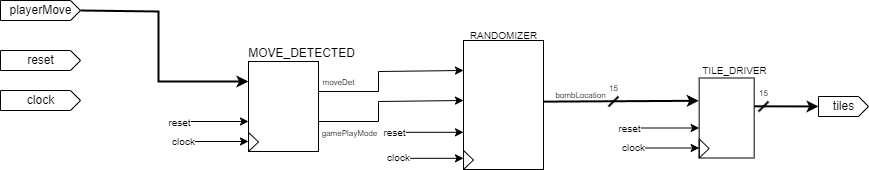
This is Lab4_Mine_Sweep/Sources/Diagrams/Lab4BlockDiagram.png from rbrinson2/CPE-3020-VHDL_Design, a draw.io export, as it was before one commit. Source tidied: cells renumbered, new cells last; positions are measured from the earlier drawing's top-left corner, leaving out a move shared by most shapes. The source it was exported from:
```xml
<mxGraphModel>
  <root>
    <mxCell id="0" />
    <mxCell id="1" parent="0" />
    <mxCell id="2" style="edgeStyle=none;html=1;exitX=0;exitY=0;exitDx=80;exitDy=10;exitPerimeter=0;entryX=0;entryY=0;entryDx=0;entryDy=20;entryPerimeter=0;strokeWidth=2;rounded=0;" parent="1" edge="1" source="3" target="22">
      <mxGeometry relative="1" as="geometry">
        <Array as="points">
          <mxPoint x="158" y="11" />
          <mxPoint x="158" y="81" />
        </Array>
      </mxGeometry>
    </mxCell>
    <mxCell id="3" value="playerMove" style="externalPins=0;shadow=0;dashed=0;align=center;html=1;strokeWidth=1;shape=mxgraph.rtl.abstract.entity;kind=input;drawPins=0;left=0;right=1;bottom=0;top=0;" parent="1" vertex="1">
      <mxGeometry width="80" height="20" as="geometry" />
    </mxCell>
    <mxCell id="4" value="tiles" style="externalPins=0;shadow=0;dashed=0;align=center;html=1;strokeWidth=1;shape=mxgraph.rtl.abstract.entity;kind=input;drawPins=0;left=0;right=1;bottom=0;top=0;" parent="1" vertex="1">
      <mxGeometry x="818" y="96" width="50" height="20" as="geometry" />
    </mxCell>
    <mxCell id="5" style="edgeStyle=none;rounded=0;html=1;entryX=-0.008;entryY=0.285;entryDx=0;entryDy=0;entryPerimeter=0;strokeWidth=2;fontSize=8;exitX=0.998;exitY=0.474;exitDx=0;exitDy=0;exitPerimeter=0;" parent="1" edge="1" source="7" target="10">
      <mxGeometry relative="1" as="geometry">
        <Array as="points">
          <mxPoint x="568" y="101" />
        </Array>
      </mxGeometry>
    </mxCell>
    <mxCell id="6" value="bombLocation" style="edgeLabel;html=1;align=center;verticalAlign=middle;fontSize=8;" parent="5" vertex="1">
      <mxGeometry x="-0.52" y="-1" relative="1" as="geometry">
        <mxPoint y="-7" as="offset" />
      </mxGeometry>
    </mxCell>
    <mxCell id="7" style="externalPins=0;shadow=0;dashed=0;align=center;html=1;strokeWidth=1;shape=mxgraph.rtl.abstract.entity;kind=sequential;drawPins=0;left=3;right=2;bottom=0;top=0;" parent="1" vertex="1">
      <mxGeometry x="463" y="40" width="80" height="129" as="geometry" />
    </mxCell>
    <mxCell id="8" style="triangle;whiteSpace=wrap;html=1;strokeWidth=1;fontSize=10;fillColor=none;" parent="7" vertex="1">
      <mxGeometry y="110" width="10" height="19" as="geometry" />
    </mxCell>
    <mxCell id="9" style="edgeStyle=none;rounded=0;html=1;exitX=0.996;exitY=0.354;exitDx=0;exitDy=0;exitPerimeter=0;strokeWidth=2;fontSize=8;" parent="1" edge="1" source="10" target="4">
      <mxGeometry relative="1" as="geometry" />
    </mxCell>
    <mxCell id="10" style="externalPins=0;shadow=0;dashed=0;align=center;html=1;strokeWidth=1;shape=mxgraph.rtl.abstract.entity;kind=sequential;drawPins=0;left=3;right=2;bottom=0;top=0;" parent="1" vertex="1">
      <mxGeometry x="698.7" y="77.5" width="55" height="80" as="geometry" />
    </mxCell>
    <mxCell id="11" value="reset" style="externalPins=0;shadow=0;dashed=0;align=center;html=1;strokeWidth=1;shape=mxgraph.rtl.abstract.entity;kind=input;drawPins=0;left=0;right=1;bottom=0;top=0;" parent="1" vertex="1">
      <mxGeometry y="50" width="80" height="20" as="geometry" />
    </mxCell>
    <mxCell id="12" value="clock" style="externalPins=0;shadow=0;dashed=0;align=center;html=1;strokeWidth=1;shape=mxgraph.rtl.abstract.entity;kind=input;drawPins=0;left=0;right=1;bottom=0;top=0;" parent="1" vertex="1">
      <mxGeometry y="90" width="80" height="20" as="geometry" />
    </mxCell>
    <mxCell id="13" style="endArrow=classic;html=1;rounded=0;strokeWidth=1;fontSize=10;" parent="1" edge="1">
      <mxGeometry relative="1" as="geometry">
        <mxPoint x="405" y="131.8" as="sourcePoint" />
        <mxPoint x="463" y="131.8" as="targetPoint" />
      </mxGeometry>
    </mxCell>
    <mxCell id="14" value="reset" style="edgeLabel;html=1;align=center;verticalAlign=middle;fontSize=10;" parent="13" vertex="1">
      <mxGeometry x="0.16" y="1" relative="1" as="geometry">
        <mxPoint x="-46" y="1" as="offset" />
      </mxGeometry>
    </mxCell>
    <mxCell id="15" style="endArrow=classic;html=1;rounded=0;strokeWidth=1;fontSize=10;" parent="1" edge="1">
      <mxGeometry relative="1" as="geometry">
        <mxPoint x="401" y="157.8" as="sourcePoint" />
        <mxPoint x="463" y="157.8" as="targetPoint" />
      </mxGeometry>
    </mxCell>
    <mxCell id="16" value="clock" style="edgeLabel;html=1;align=center;verticalAlign=middle;fontSize=10;" parent="15" vertex="1">
      <mxGeometry x="0.25" y="-1" relative="1" as="geometry">
        <mxPoint x="-43" y="-2" as="offset" />
      </mxGeometry>
    </mxCell>
    <mxCell id="17" value="RANDOMIZER" style="text;html=1;align=center;verticalAlign=middle;strokeColor=none;fillColor=none;fontSize=10;" parent="1" vertex="1">
      <mxGeometry x="458" y="20" width="90" height="30" as="geometry" />
    </mxCell>
    <mxCell id="18" value="TILE_DRIVER" style="text;html=1;align=center;verticalAlign=middle;strokeColor=none;fillColor=none;fontSize=10;" parent="1" vertex="1">
      <mxGeometry x="688.7" y="54.5" width="90" height="30" as="geometry" />
    </mxCell>
    <mxCell id="19" value="&lt;font style=&quot;font-size: 8px;&quot;&gt;moveDet&lt;/font&gt;" style="edgeStyle=none;rounded=0;html=1;exitX=0;exitY=0;exitDx=70;exitDy=30;exitPerimeter=0;entryX=0;entryY=0;entryDx=0;entryDy=30;entryPerimeter=0;strokeWidth=1;" parent="1" edge="1" source="22" target="7">
      <mxGeometry x="-0.76" y="10" relative="1" as="geometry">
        <Array as="points">
          <mxPoint x="378" y="91" />
          <mxPoint x="378" y="71" />
        </Array>
      </mxGeometry>
    </mxCell>
    <mxCell id="20" style="edgeStyle=none;rounded=0;html=1;entryX=0;entryY=0;entryDx=0;entryDy=60;entryPerimeter=0;strokeWidth=1;fontSize=8;exitX=0;exitY=0;exitDx=70;exitDy=60;exitPerimeter=0;" parent="1" edge="1" source="22" target="7">
      <mxGeometry relative="1" as="geometry">
        <Array as="points">
          <mxPoint x="378" y="121" />
          <mxPoint x="378" y="101" />
        </Array>
      </mxGeometry>
    </mxCell>
    <mxCell id="21" value="gamePlayMode" style="edgeLabel;html=1;align=center;verticalAlign=middle;fontSize=8;" parent="20" vertex="1">
      <mxGeometry x="-0.49" y="-2" relative="1" as="geometry">
        <mxPoint x="-12" y="9" as="offset" />
      </mxGeometry>
    </mxCell>
    <mxCell id="22" style="externalPins=0;shadow=0;dashed=0;align=center;html=1;strokeWidth=1;shape=mxgraph.rtl.abstract.entity;kind=sequential;drawPins=0;left=3;right=2;bottom=0;top=0;" parent="1" vertex="1">
      <mxGeometry x="248" y="61" width="70" height="90" as="geometry" />
    </mxCell>
    <mxCell id="23" style="triangle;whiteSpace=wrap;html=1;strokeWidth=1;fontSize=10;fillColor=none;" parent="22" vertex="1">
      <mxGeometry y="71" width="10" height="19" as="geometry" />
    </mxCell>
    <mxCell id="24" style="endArrow=classic;html=1;rounded=0;strokeWidth=1;fontSize=10;" parent="1" edge="1">
      <mxGeometry relative="1" as="geometry">
        <mxPoint x="190" y="121" as="sourcePoint" />
        <mxPoint x="248" y="121" as="targetPoint" />
      </mxGeometry>
    </mxCell>
    <mxCell id="25" value="reset" style="edgeLabel;html=1;align=center;verticalAlign=middle;fontSize=10;" parent="24" vertex="1">
      <mxGeometry x="0.16" y="1" relative="1" as="geometry">
        <mxPoint x="-46" y="1" as="offset" />
      </mxGeometry>
    </mxCell>
    <mxCell id="26" style="endArrow=classic;html=1;rounded=0;strokeWidth=1;fontSize=10;" parent="1" edge="1">
      <mxGeometry relative="1" as="geometry">
        <mxPoint x="186" y="141" as="sourcePoint" />
        <mxPoint x="248" y="141" as="targetPoint" />
      </mxGeometry>
    </mxCell>
    <mxCell id="27" value="clock" style="edgeLabel;html=1;align=center;verticalAlign=middle;fontSize=10;" parent="26" vertex="1">
      <mxGeometry x="0.25" y="-1" relative="1" as="geometry">
        <mxPoint x="-43" y="-2" as="offset" />
      </mxGeometry>
    </mxCell>
    <mxCell id="28" style="triangle;whiteSpace=wrap;html=1;strokeWidth=1;fontSize=10;fillColor=none;" parent="1" vertex="1">
      <mxGeometry x="698.7" y="138.5" width="10" height="19" as="geometry" />
    </mxCell>
    <mxCell id="29" style="endArrow=classic;html=1;rounded=0;strokeWidth=1;fontSize=10;" parent="1" edge="1">
      <mxGeometry relative="1" as="geometry">
        <mxPoint x="640.7" y="127.5" as="sourcePoint" />
        <mxPoint x="698.7" y="127.5" as="targetPoint" />
      </mxGeometry>
    </mxCell>
    <mxCell id="30" value="reset" style="edgeLabel;html=1;align=center;verticalAlign=middle;fontSize=10;" parent="29" vertex="1">
      <mxGeometry x="0.16" y="1" relative="1" as="geometry">
        <mxPoint x="-46" y="1" as="offset" />
      </mxGeometry>
    </mxCell>
    <mxCell id="31" style="endArrow=classic;html=1;rounded=0;strokeWidth=1;fontSize=10;" parent="1" edge="1">
      <mxGeometry relative="1" as="geometry">
        <mxPoint x="636.7" y="147.5" as="sourcePoint" />
        <mxPoint x="698.7" y="147.5" as="targetPoint" />
      </mxGeometry>
    </mxCell>
    <mxCell id="32" value="clock" style="edgeLabel;html=1;align=center;verticalAlign=middle;fontSize=10;" parent="31" vertex="1">
      <mxGeometry x="0.25" y="-1" relative="1" as="geometry">
        <mxPoint x="-43" y="-2" as="offset" />
      </mxGeometry>
    </mxCell>
    <mxCell id="33" value="MOVE_DETECTED" style="text;html=1;align=center;verticalAlign=middle;strokeColor=none;fillColor=none;" parent="1" vertex="1">
      <mxGeometry x="236" y="38" width="130" height="30" as="geometry" />
    </mxCell>
    <mxCell id="34" value="15" style="verticalLabelPosition=top;shadow=0;dashed=0;align=center;html=1;verticalAlign=bottom;shape=mxgraph.electrical.transmission.bus_width;fontSize=8;strokeWidth=2;labelPosition=center;" parent="1" vertex="1">
      <mxGeometry x="608" y="96" width="10" height="10" as="geometry" />
    </mxCell>
    <mxCell id="35" value="15" style="verticalLabelPosition=top;shadow=0;dashed=0;align=center;html=1;verticalAlign=bottom;shape=mxgraph.electrical.transmission.bus_width;fontSize=8;strokeWidth=2;labelPosition=center;" parent="1" vertex="1">
      <mxGeometry x="758" y="101" width="10" height="10" as="geometry" />
    </mxCell>
  </root>
</mxGraphModel>
```
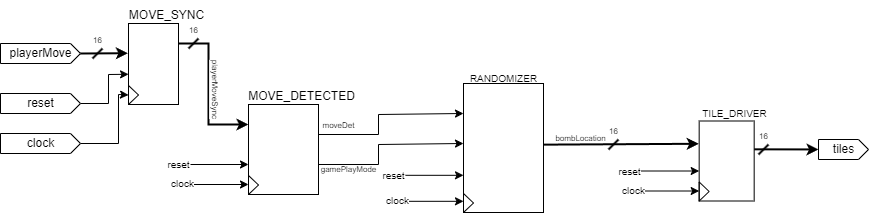
Above is the later version.

Commit message:
Edited Block Diagram

What changed in the source:
```diff
@@ -2,14 +2,9 @@
   <root>
     <mxCell id="0" />
     <mxCell id="1" parent="0" />
-    <mxCell id="2" style="edgeStyle=none;html=1;exitX=0;exitY=0;exitDx=80;exitDy=10;exitPerimeter=0;entryX=0;entryY=0;entryDx=0;entryDy=20;entryPerimeter=0;strokeWidth=2;rounded=0;" parent="1" edge="1" source="3" target="22">
-      <mxGeometry relative="1" as="geometry">
-        <Array as="points">
-          <mxPoint x="158" y="11" />
-          <mxPoint x="158" y="81" />
-        </Array>
-      </mxGeometry>
-    </mxCell>
+    <mxCell id="36" style="edgeStyle=none;html=1;exitX=0;exitY=0;exitDx=80;exitDy=10;exitPerimeter=0;entryX=-0.012;entryY=0.367;entryDx=0;entryDy=0;entryPerimeter=0;strokeWidth=2;" parent="1" edge="1" source="3" target="41">
+      <mxGeometry relative="1" as="geometry" />
+    </mxCell>
     <mxCell id="3" value="playerMove" style="externalPins=0;shadow=0;dashed=0;align=center;html=1;strokeWidth=1;shape=mxgraph.rtl.abstract.entity;kind=input;drawPins=0;left=0;right=1;bottom=0;top=0;" parent="1" vertex="1">
       <mxGeometry width="80" height="20" as="geometry" />
     </mxCell>
@@ -40,9 +35,25 @@
     <mxCell id="10" style="externalPins=0;shadow=0;dashed=0;align=center;html=1;strokeWidth=1;shape=mxgraph.rtl.abstract.entity;kind=sequential;drawPins=0;left=3;right=2;bottom=0;top=0;" parent="1" vertex="1">
       <mxGeometry x="698.7" y="77.5" width="55" height="80" as="geometry" />
     </mxCell>
+    <mxCell id="37" style="edgeStyle=none;rounded=0;html=1;exitX=0;exitY=0;exitDx=80;exitDy=10;exitPerimeter=0;entryX=0.001;entryY=0.627;entryDx=0;entryDy=0;entryPerimeter=0;strokeWidth=1;" parent="1" edge="1" source="11" target="41">
+      <mxGeometry relative="1" as="geometry">
+        <Array as="points">
+          <mxPoint x="108" y="60" />
+          <mxPoint x="108" y="31" />
+        </Array>
+      </mxGeometry>
+    </mxCell>
     <mxCell id="11" value="reset" style="externalPins=0;shadow=0;dashed=0;align=center;html=1;strokeWidth=1;shape=mxgraph.rtl.abstract.entity;kind=input;drawPins=0;left=0;right=1;bottom=0;top=0;" parent="1" vertex="1">
       <mxGeometry y="50" width="80" height="20" as="geometry" />
     </mxCell>
+    <mxCell id="38" style="edgeStyle=none;rounded=0;html=1;exitX=0;exitY=0;exitDx=80;exitDy=10;exitPerimeter=0;entryX=0;entryY=0.5;entryDx=0;entryDy=0;strokeWidth=1;" parent="1" edge="1" source="12" target="42">
+      <mxGeometry relative="1" as="geometry">
+        <Array as="points">
+          <mxPoint x="118" y="100" />
+          <mxPoint x="118" y="51" />
+        </Array>
+      </mxGeometry>
+    </mxCell>
     <mxCell id="12" value="clock" style="externalPins=0;shadow=0;dashed=0;align=center;html=1;strokeWidth=1;shape=mxgraph.rtl.abstract.entity;kind=input;drawPins=0;left=0;right=1;bottom=0;top=0;" parent="1" vertex="1">
       <mxGeometry y="90" width="80" height="20" as="geometry" />
     </mxCell>
@@ -92,7 +103,7 @@
     </mxCell>
     <mxCell id="21" value="gamePlayMode" style="edgeLabel;html=1;align=center;verticalAlign=middle;fontSize=8;" parent="20" vertex="1">
       <mxGeometry x="-0.49" y="-2" relative="1" as="geometry">
-        <mxPoint x="-12" y="9" as="offset" />
+        <mxPoint x="-12" y="3" as="offset" />
       </mxGeometry>
     </mxCell>
     <mxCell id="22" style="externalPins=0;shadow=0;dashed=0;align=center;html=1;strokeWidth=1;shape=mxgraph.rtl.abstract.entity;kind=sequential;drawPins=0;left=3;right=2;bottom=0;top=0;" parent="1" vertex="1">
@@ -151,11 +162,39 @@
     <mxCell id="33" value="MOVE_DETECTED" style="text;html=1;align=center;verticalAlign=middle;strokeColor=none;fillColor=none;" parent="1" vertex="1">
       <mxGeometry x="236" y="38" width="130" height="30" as="geometry" />
     </mxCell>
-    <mxCell id="34" value="15" style="verticalLabelPosition=top;shadow=0;dashed=0;align=center;html=1;verticalAlign=bottom;shape=mxgraph.electrical.transmission.bus_width;fontSize=8;strokeWidth=2;labelPosition=center;" parent="1" vertex="1">
+    <mxCell id="34" value="16" style="verticalLabelPosition=top;shadow=0;dashed=0;align=center;html=1;verticalAlign=bottom;shape=mxgraph.electrical.transmission.bus_width;fontSize=8;strokeWidth=2;labelPosition=center;" parent="1" vertex="1">
       <mxGeometry x="608" y="96" width="10" height="10" as="geometry" />
     </mxCell>
-    <mxCell id="35" value="15" style="verticalLabelPosition=top;shadow=0;dashed=0;align=center;html=1;verticalAlign=bottom;shape=mxgraph.electrical.transmission.bus_width;fontSize=8;strokeWidth=2;labelPosition=center;" parent="1" vertex="1">
+    <mxCell id="35" value="16" style="verticalLabelPosition=top;shadow=0;dashed=0;align=center;html=1;verticalAlign=bottom;shape=mxgraph.electrical.transmission.bus_width;fontSize=8;strokeWidth=2;labelPosition=center;" parent="1" vertex="1">
       <mxGeometry x="758" y="101" width="10" height="10" as="geometry" />
     </mxCell>
+    <mxCell id="39" style="edgeStyle=none;html=1;exitX=0;exitY=0;exitDx=50;exitDy=20;exitPerimeter=0;entryX=0;entryY=0;entryDx=0;entryDy=20;entryPerimeter=0;rounded=0;strokeWidth=2;" parent="1" edge="1" source="41" target="22">
+      <mxGeometry relative="1" as="geometry">
+        <Array as="points">
+          <mxPoint x="208" />
+          <mxPoint x="208" y="81" />
+        </Array>
+      </mxGeometry>
+    </mxCell>
+    <mxCell id="40" value="&lt;font style=&quot;font-size: 8px;&quot;&gt;playerMoveSync&lt;/font&gt;" style="edgeLabel;html=1;align=center;verticalAlign=middle;rotation=90;" parent="39" vertex="1">
+      <mxGeometry relative="1" as="geometry">
+        <mxPoint x="9" as="offset" />
+      </mxGeometry>
+    </mxCell>
+    <mxCell id="41" style="externalPins=0;shadow=0;dashed=0;align=center;html=1;strokeWidth=1;shape=mxgraph.rtl.abstract.entity;kind=sequential;drawPins=0;left=3;right=2;bottom=0;top=0;" parent="1" vertex="1">
+      <mxGeometry x="128" y="-20" width="50" height="81" as="geometry" />
+    </mxCell>
+    <mxCell id="42" style="triangle;whiteSpace=wrap;html=1;strokeWidth=1;fontSize=10;fillColor=none;" parent="41" vertex="1">
+      <mxGeometry y="62" width="10" height="19" as="geometry" />
+    </mxCell>
+    <mxCell id="43" value="MOVE_SYNC" style="text;html=1;align=center;verticalAlign=middle;strokeColor=none;fillColor=none;" parent="1" vertex="1">
+      <mxGeometry x="116" y="-43" width="100" height="30" as="geometry" />
+    </mxCell>
+    <mxCell id="44" value="16" style="verticalLabelPosition=top;shadow=0;dashed=0;align=center;html=1;verticalAlign=bottom;shape=mxgraph.electrical.transmission.bus_width;fontSize=8;strokeWidth=2;labelPosition=center;" parent="1" vertex="1">
+      <mxGeometry x="92" y="5" width="10" height="10" as="geometry" />
+    </mxCell>
+    <mxCell id="45" value="16" style="verticalLabelPosition=top;shadow=0;dashed=0;align=center;html=1;verticalAlign=bottom;shape=mxgraph.electrical.transmission.bus_width;fontSize=8;strokeWidth=2;labelPosition=center;" parent="1" vertex="1">
+      <mxGeometry x="188" y="-5" width="10" height="10" as="geometry" />
+    </mxCell>
   </root>
 </mxGraphModel>
```
